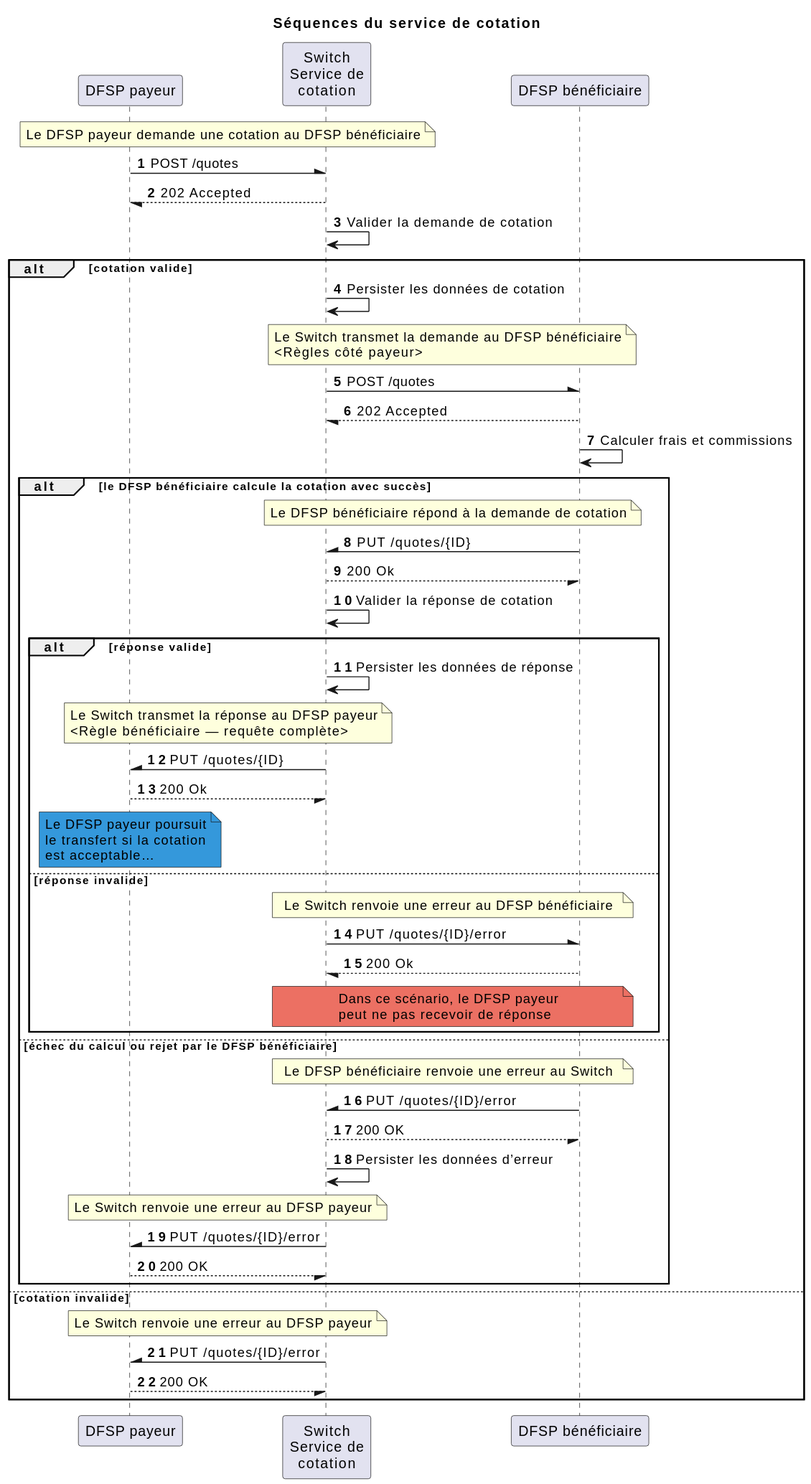
Above: docs/fr/technical/technical/quoting-service/assets/diagrams/sequence/seq-quotes-1.0.0.svg in mojaloop/documentation (PlantUML), before the change. Its source is kept beside it as docs/fr/technical/technical/quoting-service/assets/diagrams/sequence/seq-quotes-1.0.0.plantuml. The source it was exported from:
```plantuml
@startuml
Title Séquences du service de cotation
participant "DFSP payeur"
participant "Switch\nService de\ncotation" as Switch
participant "DFSP bénéficiaire"

autonumber
note over "DFSP payeur", Switch: Le DFSP payeur demande une cotation au DFSP bénéficiaire
"DFSP payeur" -\ Switch: POST /quotes
Switch --/ "DFSP payeur": 202 Accepted
Switch -> Switch: Valider la demande de cotation

alt cotation valide

    Switch -> Switch: Persister les données de cotation
    note over Switch, "DFSP bénéficiaire": Le Switch transmet la demande au DFSP bénéficiaire\n<Règles côté payeur>
    Switch -\ "DFSP bénéficiaire": POST /quotes
    "DFSP bénéficiaire" --/ Switch: 202 Accepted
    "DFSP bénéficiaire" -> "DFSP bénéficiaire": Calculer frais et commissions

    alt le DFSP bénéficiaire calcule la cotation avec succès

        note over "DFSP bénéficiaire", Switch: Le DFSP bénéficiaire répond à la demande de cotation
        "DFSP bénéficiaire" -\ Switch: PUT /quotes/{ID}
        Switch --/ "DFSP bénéficiaire": 200 Ok

        Switch -> Switch: Valider la réponse de cotation

        alt réponse valide

            Switch -> Switch: Persister les données de réponse

            note over Switch, "DFSP payeur": Le Switch transmet la réponse au DFSP payeur\n<Règle bénéficiaire — requête complète>

            Switch -\ "DFSP payeur": PUT /quotes/{ID}
            "DFSP payeur" --/ Switch: 200 Ok

            note over "DFSP payeur" #3498db: Le DFSP payeur poursuit\nle transfert si la cotation\nest acceptable…
        else réponse invalide

            note over Switch, "DFSP bénéficiaire": Le Switch renvoie une erreur au DFSP bénéficiaire

            Switch -\ "DFSP bénéficiaire": PUT /quotes/{ID}/error
            "DFSP bénéficiaire" --/ Switch : 200 Ok

            note over Switch, "DFSP bénéficiaire" #ec7063: Dans ce scénario, le DFSP payeur\npeut ne pas recevoir de réponse

        end
    else échec du calcul ou rejet par le DFSP bénéficiaire

        note over "DFSP bénéficiaire", Switch: Le DFSP bénéficiaire renvoie une erreur au Switch

        "DFSP bénéficiaire" -\ Switch: PUT /quotes/{ID}/error
        Switch --/ "DFSP bénéficiaire": 200 OK
        Switch -> Switch: Persister les données d’erreur

        note over "DFSP payeur", Switch: Le Switch renvoie une erreur au DFSP payeur

        Switch -\ "DFSP payeur": PUT /quotes/{ID}/error
        "DFSP payeur" --/ Switch: 200 OK

    end
else cotation invalide
    note over "DFSP payeur", Switch: Le Switch renvoie une erreur au DFSP payeur
    Switch -\ "DFSP payeur": PUT /quotes/{ID}/error
    "DFSP payeur" --/ Switch: 200 OK
end
@enduml
```
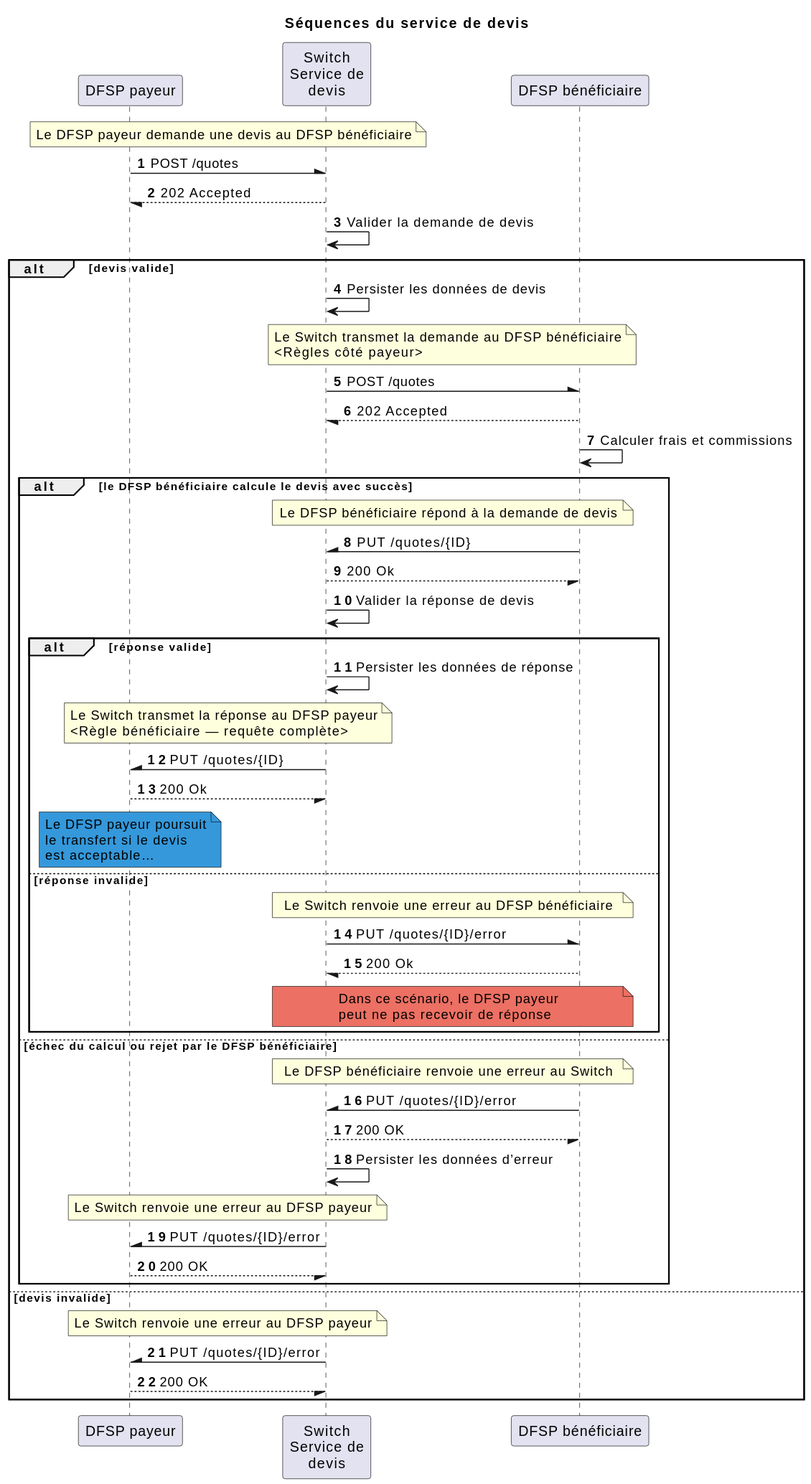
The same file after the commit.

What changed in the source:
```diff
@@ -1,30 +1,30 @@
 @startuml
-Title Séquences du service de cotation
+Title Séquences du service de devis
 participant "DFSP payeur"
-participant "Switch\nService de\ncotation" as Switch
+participant "Switch\nService de\ndevis" as Switch
 participant "DFSP bénéficiaire"
 
 autonumber
-note over "DFSP payeur", Switch: Le DFSP payeur demande une cotation au DFSP bénéficiaire
+note over "DFSP payeur", Switch: Le DFSP payeur demande une devis au DFSP bénéficiaire
 "DFSP payeur" -\ Switch: POST /quotes
 Switch --/ "DFSP payeur": 202 Accepted
-Switch -> Switch: Valider la demande de cotation
+Switch -> Switch: Valider la demande de devis
 
-alt cotation valide
+alt devis valide
 
-    Switch -> Switch: Persister les données de cotation
+    Switch -> Switch: Persister les données de devis
     note over Switch, "DFSP bénéficiaire": Le Switch transmet la demande au DFSP bénéficiaire\n<Règles côté payeur>
     Switch -\ "DFSP bénéficiaire": POST /quotes
     "DFSP bénéficiaire" --/ Switch: 202 Accepted
     "DFSP bénéficiaire" -> "DFSP bénéficiaire": Calculer frais et commissions
 
-    alt le DFSP bénéficiaire calcule la cotation avec succès
+    alt le DFSP bénéficiaire calcule le devis avec succès
 
-        note over "DFSP bénéficiaire", Switch: Le DFSP bénéficiaire répond à la demande de cotation
+        note over "DFSP bénéficiaire", Switch: Le DFSP bénéficiaire répond à la demande de devis
         "DFSP bénéficiaire" -\ Switch: PUT /quotes/{ID}
         Switch --/ "DFSP bénéficiaire": 200 Ok
 
-        Switch -> Switch: Valider la réponse de cotation
+        Switch -> Switch: Valider la réponse de devis
 
         alt réponse valide
 
@@ -35,7 +35,7 @@
             Switch -\ "DFSP payeur": PUT /quotes/{ID}
             "DFSP payeur" --/ Switch: 200 Ok
 
-            note over "DFSP payeur" #3498db: Le DFSP payeur poursuit\nle transfert si la cotation\nest acceptable…
+            note over "DFSP payeur" #3498db: Le DFSP payeur poursuit\nle transfert si le devis\nest acceptable…
         else réponse invalide
 
             note over Switch, "DFSP bénéficiaire": Le Switch renvoie une erreur au DFSP bénéficiaire
@@ -60,7 +60,7 @@
         "DFSP payeur" --/ Switch: 200 OK
 
     end
-else cotation invalide
+else devis invalide
     note over "DFSP payeur", Switch: Le Switch renvoie une erreur au DFSP payeur
     Switch -\ "DFSP payeur": PUT /quotes/{ID}/error
     "DFSP payeur" --/ Switch: 200 OK
```
